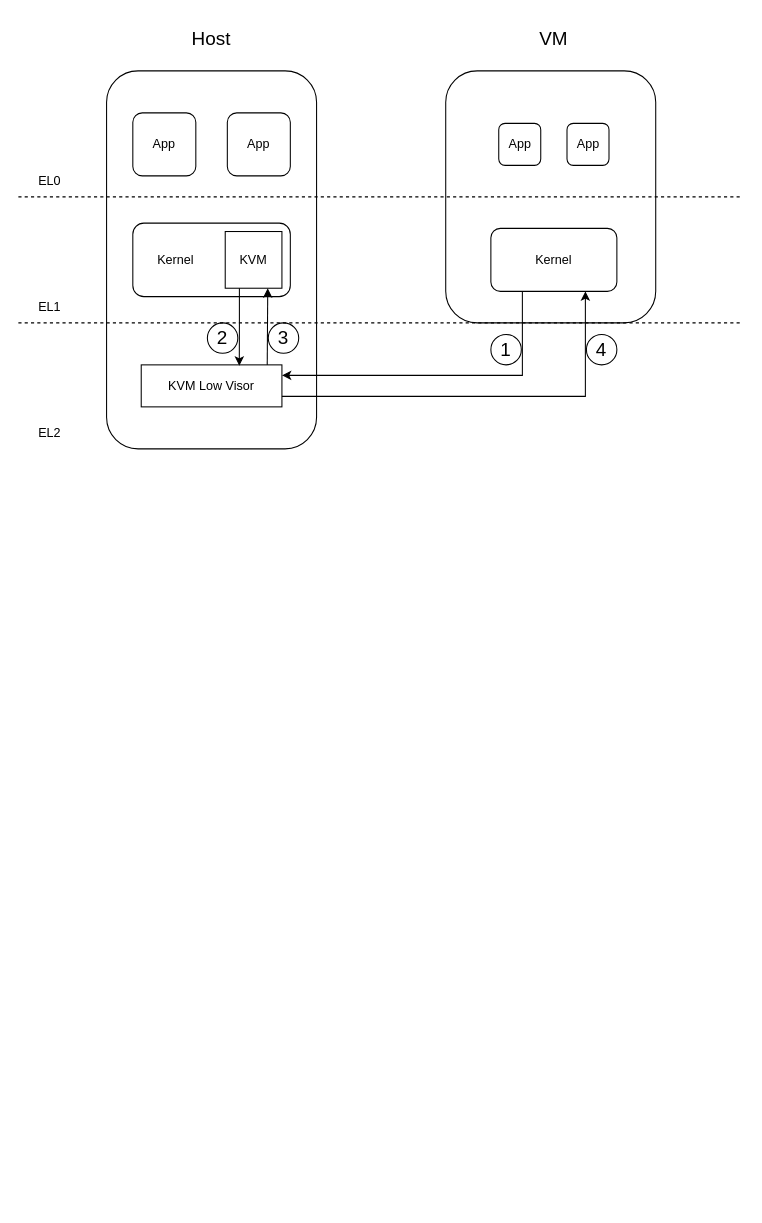
Earlier version of the draw.io diagram arm-kvm.drawio (EdisonE3/vue_learn). Source tidied: cells renumbered, new cells numbered last; positions are measured from the earlier drawing's top-left corner, leaving out a move shared by most shapes. Both pictures are drawn from the tidied source at 105%, with x=0, y=0 at pixel (18, 18).
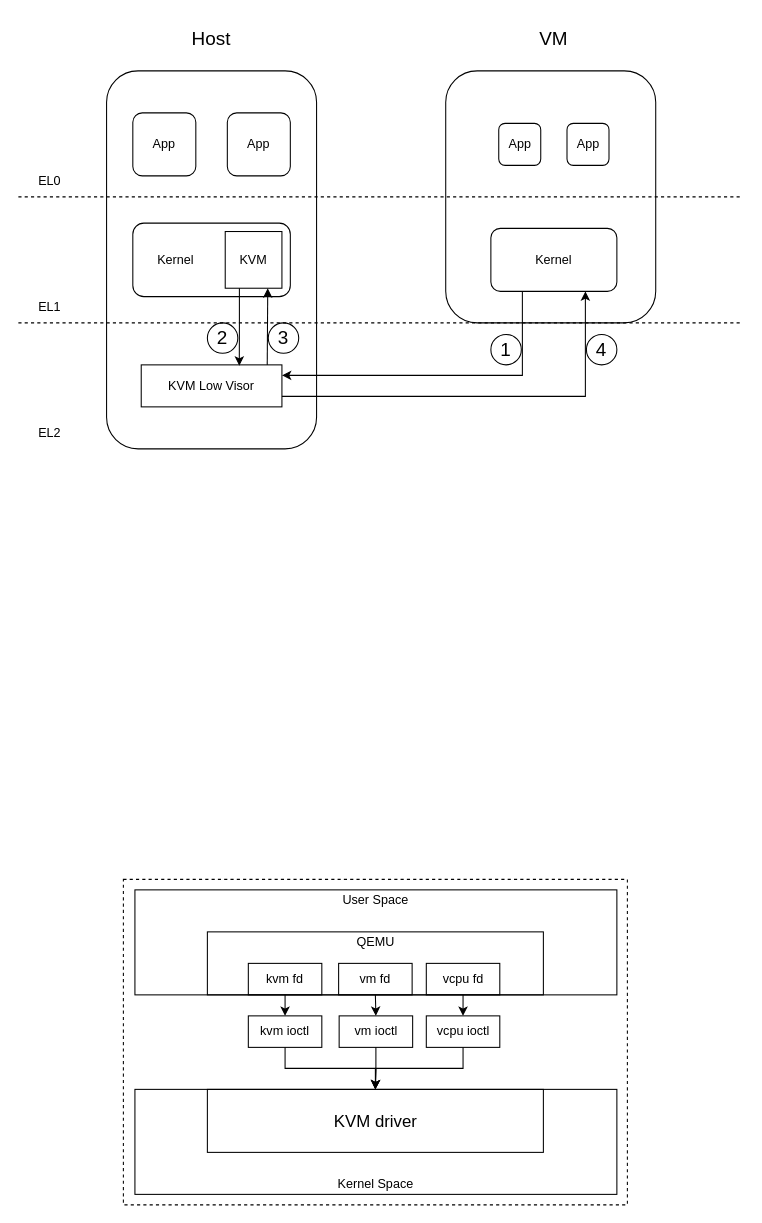
The same page after the edit.

Change to the diagram source:
```diff
@@
+    <mxCell id="28" style="rounded=0;whiteSpace=wrap;html=1;fillColor=none;dashed=1;" parent="1" vertex="1">
+      <mxGeometry x="100" y="820" width="480" height="310" as="geometry" />
+    </mxCell>
+    <mxCell id="29" style="rounded=0;whiteSpace=wrap;html=1;fillColor=none;" parent="1" vertex="1">
+      <mxGeometry x="111" y="830" width="459" height="100" as="geometry" />
+    </mxCell>
+    <mxCell id="30" style="rounded=0;whiteSpace=wrap;html=1;fillColor=none;" parent="1" vertex="1">
+      <mxGeometry x="111" y="1020" width="459" height="100" as="geometry" />
+    </mxCell>
+    <mxCell id="31" style="rounded=0;whiteSpace=wrap;html=1;fillColor=none;" parent="1" vertex="1">
+      <mxGeometry x="180" y="870" width="320" height="60" as="geometry" />
+    </mxCell>
+    <mxCell id="32" style="rounded=0;whiteSpace=wrap;html=1;fillColor=none;" parent="1" vertex="1">
+      <mxGeometry x="180" y="1020" width="320" height="60" as="geometry" />
+    </mxCell>
+    <mxCell id="33" style="edgeStyle=orthogonalEdgeStyle;rounded=0;jettySize=auto;html=1;exitX=0.5;exitY=1;exitDx=0;exitDy=0;entryX=0.5;entryY=0;entryDx=0;entryDy=0;fontSize=16;" parent="1" edge="1" source="34" target="40">
+      <mxGeometry relative="1" as="geometry" />
+    </mxCell>
+    <mxCell id="34" value="kvm fd" style="rounded=0;whiteSpace=wrap;html=1;fillColor=none;" parent="1" vertex="1">
+      <mxGeometry x="219" y="900" width="70" height="30" as="geometry" />
+    </mxCell>
+    <mxCell id="35" style="edgeStyle=orthogonalEdgeStyle;rounded=0;jettySize=auto;html=1;exitX=0.5;exitY=1;exitDx=0;exitDy=0;entryX=0.5;entryY=0;entryDx=0;entryDy=0;fontSize=16;" parent="1" edge="1" source="36" target="42">
+      <mxGeometry relative="1" as="geometry" />
+    </mxCell>
+    <mxCell id="36" value="vm fd" style="rounded=0;whiteSpace=wrap;html=1;fillColor=none;" parent="1" vertex="1">
+      <mxGeometry x="305" y="900" width="70" height="30" as="geometry" />
+    </mxCell>
+    <mxCell id="37" style="edgeStyle=orthogonalEdgeStyle;rounded=0;jettySize=auto;html=1;exitX=0.5;exitY=1;exitDx=0;exitDy=0;entryX=0.5;entryY=0;entryDx=0;entryDy=0;fontSize=16;" parent="1" edge="1" source="38" target="44">
+      <mxGeometry relative="1" as="geometry" />
+    </mxCell>
+    <mxCell id="38" value="vcpu fd" style="rounded=0;whiteSpace=wrap;html=1;fillColor=none;" parent="1" vertex="1">
+      <mxGeometry x="388.5" y="900" width="70" height="30" as="geometry" />
+    </mxCell>
+    <mxCell id="39" style="edgeStyle=orthogonalEdgeStyle;rounded=0;jettySize=auto;html=1;exitX=0.5;exitY=1;exitDx=0;exitDy=0;entryX=0.5;entryY=0;entryDx=0;entryDy=0;fontSize=16;" parent="1" edge="1" source="40" target="32">
+      <mxGeometry relative="1" as="geometry">
+        <Array as="points">
+          <mxPoint x="254" y="1000" />
+          <mxPoint x="340" y="1000" />
+        </Array>
+      </mxGeometry>
+    </mxCell>
+    <mxCell id="40" value="kvm ioctl" style="rounded=0;whiteSpace=wrap;html=1;fillColor=none;" parent="1" vertex="1">
+      <mxGeometry x="219" y="950" width="70" height="30" as="geometry" />
+    </mxCell>
+    <mxCell id="41" style="edgeStyle=orthogonalEdgeStyle;rounded=0;jettySize=auto;html=1;exitX=0.5;exitY=1;exitDx=0;exitDy=0;entryX=0.5;entryY=0;entryDx=0;entryDy=0;fontSize=16;" parent="1" edge="1" source="42" target="32">
+      <mxGeometry relative="1" as="geometry" />
+    </mxCell>
+    <mxCell id="42" value="vm ioctl" style="rounded=0;whiteSpace=wrap;html=1;fillColor=none;" parent="1" vertex="1">
+      <mxGeometry x="305.5" y="950" width="70" height="30" as="geometry" />
+    </mxCell>
+    <mxCell id="43" style="edgeStyle=orthogonalEdgeStyle;rounded=0;jettySize=auto;html=1;exitX=0.5;exitY=1;exitDx=0;exitDy=0;fontSize=16;" parent="1" edge="1" source="44">
+      <mxGeometry relative="1" as="geometry">
+        <mxPoint x="340" y="1020" as="targetPoint" />
+      </mxGeometry>
+    </mxCell>
+    <mxCell id="44" value="vcpu ioctl" style="rounded=0;whiteSpace=wrap;html=1;fillColor=none;" parent="1" vertex="1">
+      <mxGeometry x="388.5" y="950" width="70" height="30" as="geometry" />
+    </mxCell>
+    <mxCell id="45" value="QEMU" style="text;html=1;strokeColor=none;fillColor=none;align=center;verticalAlign=middle;whiteSpace=wrap;rounded=0;" parent="1" vertex="1">
+      <mxGeometry x="292.5" y="870" width="95" height="20" as="geometry" />
+    </mxCell>
+    <mxCell id="46" value="&lt;font style=&quot;font-size: 16px;&quot;&gt;KVM driver&lt;/font&gt;" style="text;html=1;strokeColor=none;fillColor=none;align=center;verticalAlign=middle;whiteSpace=wrap;rounded=0;" parent="1" vertex="1">
+      <mxGeometry x="292.5" y="1035" width="95" height="30" as="geometry" />
+    </mxCell>
+    <mxCell id="47" value="Kernel Space" style="text;html=1;strokeColor=none;fillColor=none;align=center;verticalAlign=middle;whiteSpace=wrap;rounded=0;" parent="1" vertex="1">
+      <mxGeometry x="292.5" y="1100" width="95" height="20" as="geometry" />
+    </mxCell>
+    <mxCell id="48" value="User Space" style="text;html=1;strokeColor=none;fillColor=none;align=center;verticalAlign=middle;whiteSpace=wrap;rounded=0;" parent="1" vertex="1">
+      <mxGeometry x="292.5" y="830" width="95" height="20" as="geometry" />
+    </mxCell>
```
